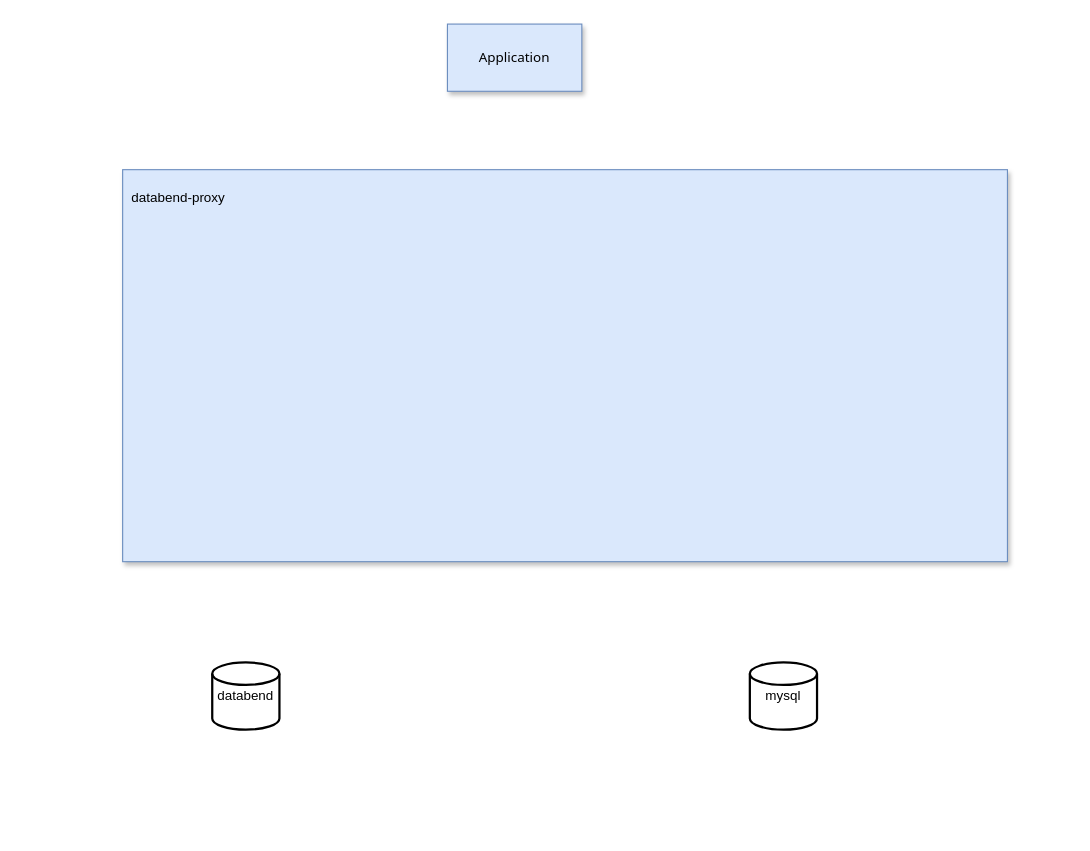
This is doc/databend-mysql-proxy方案.drawio from jackjoesh/databend, a draw.io file, before an edit. Source tidied: cells renumbered, new cells numbered last; positions are measured from the earlier drawing's top-left corner, leaving out a move shared by most shapes. Both pictures are drawn from the tidied source at 112%, with x=0, y=0 at pixel (122, 24).
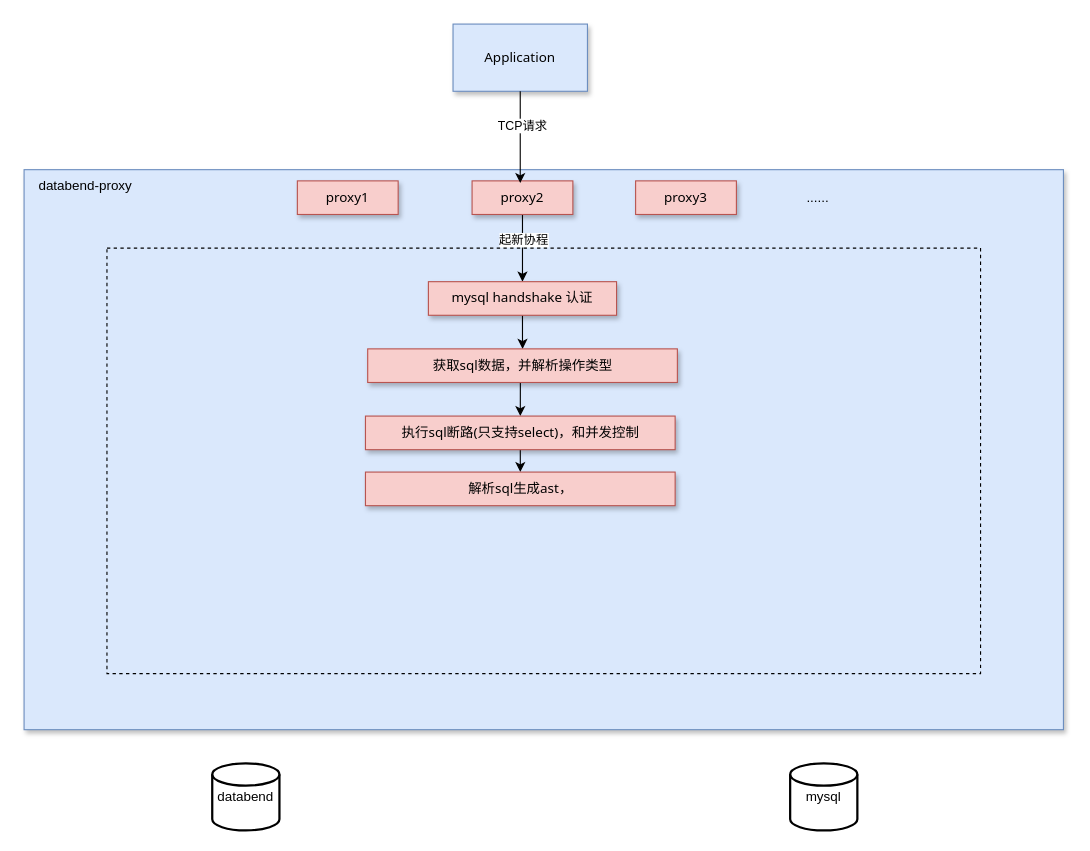
The same diagram, later.

Diff of the diagram source:
```diff
@@
     <mxCell id="2" value="Application" style="rounded=0;whiteSpace=wrap;html=1;fillColor=#dae8fc;strokeColor=#6c8ebf;shadow=1;fontFamily=Tahoma;" parent="1" vertex="1">
-      <mxGeometry x="290" width="120" height="60" as="geometry" />
+      <mxGeometry x="295" width="120" height="60" as="geometry" />
     </mxCell>
     <mxCell id="3" style="rounded=0;whiteSpace=wrap;html=1;fillColor=#dae8fc;strokeColor=#6c8ebf;shadow=1;fontFamily=Tahoma;" parent="1" vertex="1">
-      <mxGeometry y="130" width="790" height="350" as="geometry" />
+      <mxGeometry x="-88" y="130" width="928" height="500" as="geometry" />
     </mxCell>
     <mxCell id="4" value="databend-proxy" style="text;strokeColor=none;align=center;fillColor=none;html=1;verticalAlign=middle;whiteSpace=wrap;rounded=0;" parent="1" vertex="1">
-      <mxGeometry y="140" width="100" height="30" as="geometry" />
+      <mxGeometry x="-83" y="130" width="100" height="30" as="geometry" />
     </mxCell>
     <mxCell id="5" value="databend" style="strokeWidth=2;html=1;shape=mxgraph.flowchart.database;whiteSpace=wrap;" parent="1" vertex="1">
-      <mxGeometry x="80" y="570" width="60" height="60" as="geometry" />
+      <mxGeometry x="80" y="660" width="60" height="60" as="geometry" />
     </mxCell>
     <mxCell id="6" value="mysql" style="strokeWidth=2;html=1;shape=mxgraph.flowchart.database;whiteSpace=wrap;" parent="1" vertex="1">
-      <mxGeometry x="560" y="570" width="60" height="60" as="geometry" />
+      <mxGeometry x="596" y="660" width="60" height="60" as="geometry" />
     </mxCell>
+    <mxCell id="7" value="proxy1" style="rounded=0;whiteSpace=wrap;html=1;fillColor=#f8cecc;strokeColor=#b85450;shadow=1;fontFamily=Tahoma;" parent="1" vertex="1">
+      <mxGeometry x="156" y="140" width="90" height="30" as="geometry" />
+    </mxCell>
+    <mxCell id="8" style="edgeStyle=orthogonalEdgeStyle;rounded=0;jettySize=auto;html=1;exitX=0.5;exitY=1;exitDx=0;exitDy=0;entryX=0.5;entryY=0;entryDx=0;entryDy=0;" parent="1" edge="1" source="10" target="17">
+      <mxGeometry relative="1" as="geometry" />
+    </mxCell>
+    <mxCell id="9" value="起新协程" style="edgeLabel;html=1;align=center;verticalAlign=middle;" parent="8" vertex="1">
+      <mxGeometry x="-0.27" relative="1" as="geometry" />
+    </mxCell>
+    <mxCell id="10" value="proxy2" style="rounded=0;whiteSpace=wrap;html=1;fillColor=#f8cecc;strokeColor=#b85450;shadow=1;fontFamily=Tahoma;" parent="1" vertex="1">
+      <mxGeometry x="312" y="140" width="90" height="30" as="geometry" />
+    </mxCell>
+    <mxCell id="11" value="proxy3" style="rounded=0;whiteSpace=wrap;html=1;fillColor=#f8cecc;strokeColor=#b85450;shadow=1;fontFamily=Tahoma;" parent="1" vertex="1">
+      <mxGeometry x="458" y="140" width="90" height="30" as="geometry" />
+    </mxCell>
+    <mxCell id="12" value="......" style="text;strokeColor=none;align=center;fillColor=none;html=1;verticalAlign=middle;whiteSpace=wrap;rounded=0;" parent="1" vertex="1">
+      <mxGeometry x="586" y="140" width="70" height="30" as="geometry" />
+    </mxCell>
+    <mxCell id="13" style="edgeStyle=orthogonalEdgeStyle;rounded=0;jettySize=auto;html=1;exitX=0.5;exitY=1;exitDx=0;exitDy=0;entryX=0.422;entryY=0.067;entryDx=0;entryDy=0;entryPerimeter=0;" parent="1" edge="1" source="2">
+      <mxGeometry relative="1" as="geometry">
+        <mxPoint x="355" y="142" as="targetPoint" />
+      </mxGeometry>
+    </mxCell>
+    <mxCell id="14" value="TCP请求" style="edgeLabel;html=1;align=center;verticalAlign=middle;" parent="13" vertex="1">
+      <mxGeometry x="-0.27" y="1" relative="1" as="geometry" />
+    </mxCell>
+    <mxCell id="15" style="rounded=0;whiteSpace=wrap;html=1;fillColor=none;dashed=1;" parent="1" vertex="1">
+      <mxGeometry x="-14" y="200" width="780" height="380" as="geometry" />
+    </mxCell>
+    <mxCell id="16" style="edgeStyle=orthogonalEdgeStyle;rounded=0;jettySize=auto;html=1;exitX=0.5;exitY=1;exitDx=0;exitDy=0;" parent="1" edge="1" source="17" target="19">
+      <mxGeometry relative="1" as="geometry" />
+    </mxCell>
+    <mxCell id="17" value="mysql handshake 认证" style="rounded=0;whiteSpace=wrap;html=1;fillColor=#f8cecc;strokeColor=#b85450;shadow=1;fontFamily=Tahoma;" parent="1" vertex="1">
+      <mxGeometry x="273" y="230" width="168" height="30" as="geometry" />
+    </mxCell>
+    <mxCell id="18" style="edgeStyle=orthogonalEdgeStyle;rounded=0;jettySize=auto;html=1;exitX=0.5;exitY=1;exitDx=0;exitDy=0;entryX=0.5;entryY=0;entryDx=0;entryDy=0;" parent="1" edge="1" source="19" target="21">
+      <mxGeometry relative="1" as="geometry" />
+    </mxCell>
+    <mxCell id="19" value="获取sql数据，并解析操作类型" style="rounded=0;whiteSpace=wrap;html=1;fillColor=#f8cecc;strokeColor=#b85450;shadow=1;fontFamily=Tahoma;" parent="1" vertex="1">
+      <mxGeometry x="218.8" y="290" width="276.5" height="30" as="geometry" />
+    </mxCell>
+    <mxCell id="20" style="edgeStyle=orthogonalEdgeStyle;rounded=0;jettySize=auto;html=1;exitX=0.5;exitY=1;exitDx=0;exitDy=0;entryX=0.5;entryY=0;entryDx=0;entryDy=0;" parent="1" edge="1" source="21" target="22">
+      <mxGeometry relative="1" as="geometry" />
+    </mxCell>
+    <mxCell id="21" value="执行sql断路(只支持select)，和并发控制" style="rounded=0;whiteSpace=wrap;html=1;fillColor=#f8cecc;strokeColor=#b85450;shadow=1;fontFamily=Tahoma;" parent="1" vertex="1">
+      <mxGeometry x="216.8" y="350" width="276.5" height="30" as="geometry" />
+    </mxCell>
+    <mxCell id="22" value="解析sql生成ast，" style="rounded=0;whiteSpace=wrap;html=1;fillColor=#f8cecc;strokeColor=#b85450;shadow=1;fontFamily=Tahoma;" parent="1" vertex="1">
+      <mxGeometry x="216.8" y="400" width="276.5" height="30" as="geometry" />
+    </mxCell>
```
